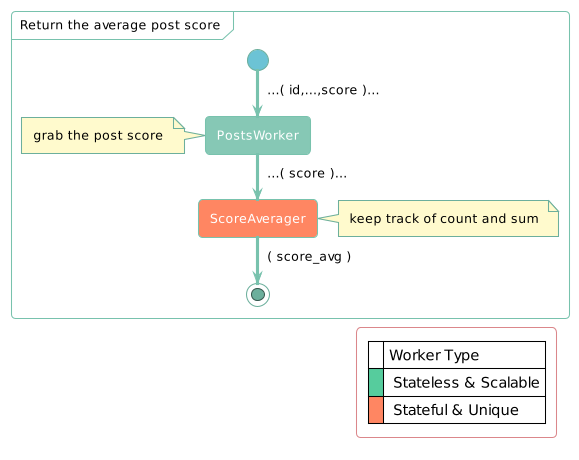
FdelMazo/7574-Distribuidos keeps this PlantUML diagram as TP2/informe/diagrams/avgscore.png. Above is the earlier version. Its diagram source:
```plantuml
@startuml
!theme minty

skinparam PartitionFontColor black
skinparam LegendFontColor black
skinparam ArrowFontColor black
skinparam NoteBackgroundColor lemonchiffon
skinparam NoteFontColor black
skinparam legendbackgroundcolor transparent

partition "Return the average post score" {
  start
  -> ...( id,...,score )...;
  :PostsWorker;
  note left
    grab the post score
  endnote
  -> ...( score )...;
  #ff8662 :ScoreAverager;
  note right
    keep track of count and sum
  endnote
  -> ( score_avg );
  stop

  legend bottom right
      |= |Worker Type|
      |<#56cc9d>| Stateless & Scalable|
      |<#ff8662>| Stateful & Unique|
  endlegend
}
@enduml
```
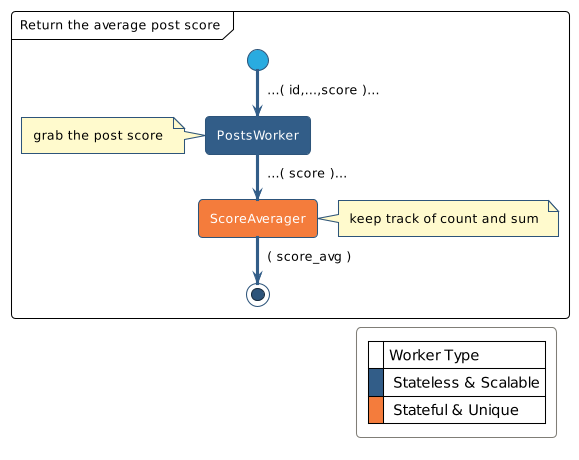
After the change.

What changed in the source:
```diff
@@ -1,12 +1,13 @@
 @startuml
-!theme minty
+!theme sandstone
 
 skinparam PartitionFontColor black
+skinparam PartitionBorderColor black
+skinparam ArrowFontColor black
 skinparam LegendFontColor black
-skinparam ArrowFontColor black
+skinparam legendbackgroundcolor transparent
 skinparam NoteBackgroundColor lemonchiffon
 skinparam NoteFontColor black
-skinparam legendbackgroundcolor transparent
 
 partition "Return the average post score" {
   start
@@ -16,7 +17,7 @@
     grab the post score
   endnote
   -> ...( score )...;
-  #ff8662 :ScoreAverager;
+  #f47c3c :ScoreAverager;
   note right
     keep track of count and sum
   endnote
@@ -25,8 +26,8 @@
 
   legend bottom right
       |= |Worker Type|
-      |<#56cc9d>| Stateless & Scalable|
-      |<#ff8662>| Stateful & Unique|
+      |<#325d88>| Stateless & Scalable|
+      |<#f47c3c>| Stateful & Unique|
   endlegend
 }
 @enduml
```
